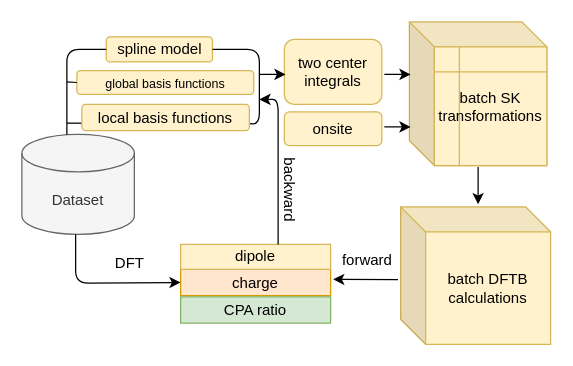
The draw.io diagram Untitled Diagram.drawio in FanGuozheng/dftbpy, before the edit. Source tidied: cells renumbered, new cells numbered last; positions are measured from the earlier drawing's top-left corner, leaving out a move shared by most shapes. Both pictures are drawn from the tidied source at 125%, with x=0, y=0 at pixel (21, 21).
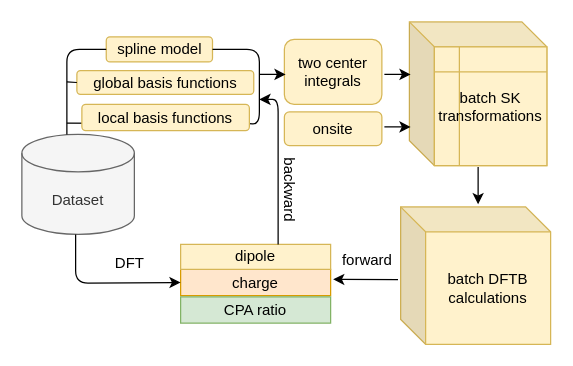
The same page after the edit.

The edit, as a diff of the source:
```diff
@@
-    <mxCell id="23" value="&lt;p style=&quot;line-height: 1.2; font-size: 10px;&quot;&gt;global basis functions&lt;/p&gt;" style="rounded=1;whiteSpace=wrap;html=1;fillColor=#fff2cc;strokeColor=#d6b656;" parent="1" vertex="1">
+    <mxCell id="23" value="&lt;p style=&quot;line-height: 1.2;&quot;&gt;&lt;font style=&quot;font-size: 12px;&quot;&gt;global basis functions&lt;/font&gt;&lt;/p&gt;" style="rounded=1;whiteSpace=wrap;html=1;fillColor=#fff2cc;strokeColor=#d6b656;" parent="1" vertex="1">
       <mxGeometry x="44" y="39" width="141.5" height="19" as="geometry" />
     </mxCell>
```
